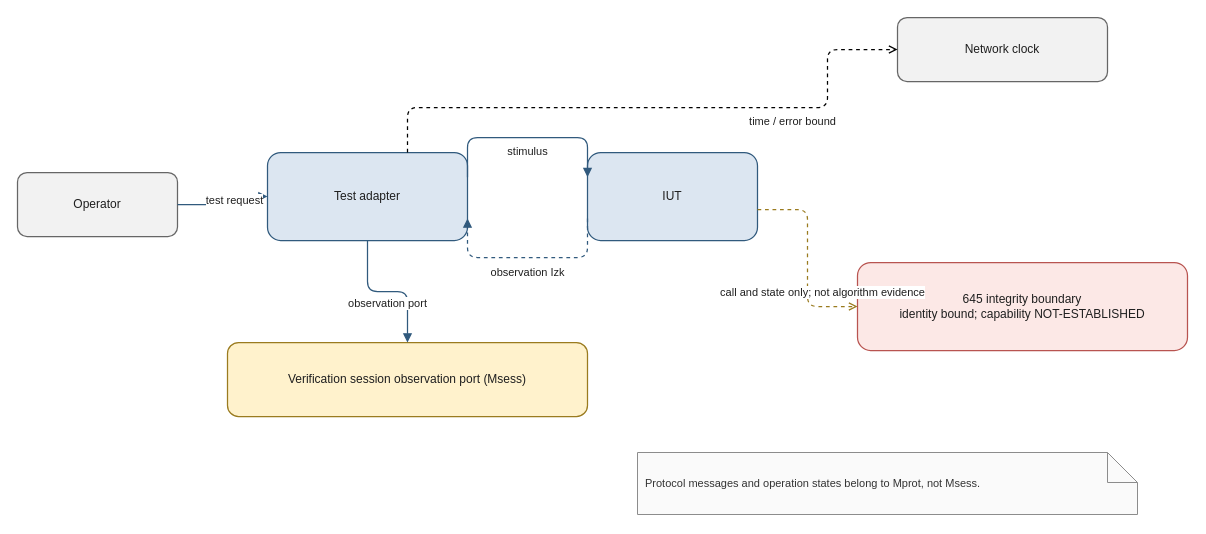
This is docs/research/publication/models/drawio/FIG-CL-TAV-01-context.drawio from ZhangChi0727/arinc-615a-conformance, a draw.io file, before an edit. Source tidied: cells renumbered, new cells numbered last; positions are measured from the earlier drawing's top-left corner, leaving out a move shared by most shapes. Both pictures are drawn from the tidied source at 100%, with x=0, y=0 at pixel (17, 17).
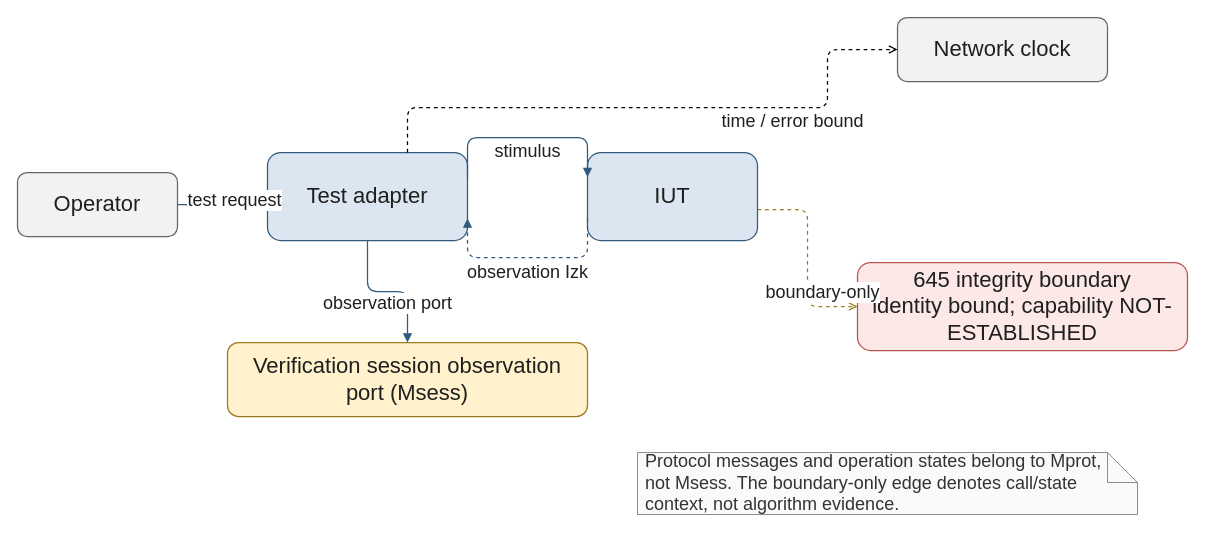
The same page after the edit.

What changed in the source:
```diff
@@
-    <mxCell id="2" value="Operator" style="rounded=1;whiteSpace=wrap;html=1;fillColor=#F2F2F2;strokeColor=#666666;strokeWidth=1.25;fontFamily=Helvetica;fontSize=12;fontColor=#1F1F1F;align=center;verticalAlign=middle;spacing=6;shadow=0;glass=0;gradientColor=none;" parent="1" vertex="1">
+    <mxCell id="2" value="Operator" style="rounded=1;whiteSpace=wrap;html=1;fillColor=#F2F2F2;strokeColor=#666666;strokeWidth=1.25;fontFamily=Helvetica;fontSize=22;fontColor=#1F1F1F;align=center;verticalAlign=middle;spacing=6;shadow=0;glass=0;gradientColor=none;" parent="1" vertex="1">
       <mxGeometry y="155" width="160" height="64" as="geometry" />
     </mxCell>
-    <mxCell id="3" value="Test adapter" style="rounded=1;whiteSpace=wrap;html=1;fillColor=#DCE6F1;strokeColor=#315A7D;strokeWidth=1.25;fontFamily=Helvetica;fontSize=12;fontColor=#1F1F1F;align=center;verticalAlign=middle;spacing=6;shadow=0;glass=0;gradientColor=none;" parent="1" vertex="1">
+    <mxCell id="3" value="Test adapter" style="rounded=1;whiteSpace=wrap;html=1;fillColor=#DCE6F1;strokeColor=#315A7D;strokeWidth=1.25;fontFamily=Helvetica;fontSize=22;fontColor=#1F1F1F;align=center;verticalAlign=middle;spacing=6;shadow=0;glass=0;gradientColor=none;" parent="1" vertex="1">
       <mxGeometry x="250" y="135" width="200" height="88" as="geometry" />
     </mxCell>
-    <mxCell id="4" value="IUT" style="rounded=1;whiteSpace=wrap;html=1;fillColor=#DCE6F1;strokeColor=#315A7D;strokeWidth=1.25;fontFamily=Helvetica;fontSize=12;fontColor=#1F1F1F;align=center;verticalAlign=middle;spacing=6;shadow=0;glass=0;gradientColor=none;" parent="1" vertex="1">
+    <mxCell id="4" value="IUT" style="rounded=1;whiteSpace=wrap;html=1;fillColor=#DCE6F1;strokeColor=#315A7D;strokeWidth=1.25;fontFamily=Helvetica;fontSize=22;fontColor=#1F1F1F;align=center;verticalAlign=middle;spacing=6;shadow=0;glass=0;gradientColor=none;" parent="1" vertex="1">
       <mxGeometry x="570" y="135" width="170" height="88" as="geometry" />
     </mxCell>
-    <mxCell id="5" value="Network clock" style="rounded=1;whiteSpace=wrap;html=1;fillColor=#F2F2F2;strokeColor=#666666;strokeWidth=1.25;fontFamily=Helvetica;fontSize=12;fontColor=#1F1F1F;align=center;verticalAlign=middle;spacing=6;shadow=0;glass=0;gradientColor=none;" parent="1" vertex="1">
+    <mxCell id="5" value="Network clock" style="rounded=1;whiteSpace=wrap;html=1;fillColor=#F2F2F2;strokeColor=#666666;strokeWidth=1.25;fontFamily=Helvetica;fontSize=22;fontColor=#1F1F1F;align=center;verticalAlign=middle;spacing=6;shadow=0;glass=0;gradientColor=none;" parent="1" vertex="1">
       <mxGeometry x="880" width="210" height="64" as="geometry" />
     </mxCell>
-    <mxCell id="6" value="645 integrity boundary&lt;br&gt;identity bound; capability NOT-ESTABLISHED" style="rounded=1;whiteSpace=wrap;html=1;fillColor=#FCE8E6;strokeColor=#B85450;strokeWidth=1.25;fontFamily=Helvetica;fontSize=12;fontColor=#1F1F1F;align=center;verticalAlign=middle;spacing=6;shadow=0;glass=0;gradientColor=none;" parent="1" vertex="1">
+    <mxCell id="6" value="645 integrity boundary&lt;br&gt;identity bound; capability NOT-ESTABLISHED" style="rounded=1;whiteSpace=wrap;html=1;fillColor=#FCE8E6;strokeColor=#B85450;strokeWidth=1.25;fontFamily=Helvetica;fontSize=22;fontColor=#1F1F1F;align=center;verticalAlign=middle;spacing=6;shadow=0;glass=0;gradientColor=none;" parent="1" vertex="1">
       <mxGeometry x="840" y="245" width="330" height="88" as="geometry" />
     </mxCell>
-    <mxCell id="7" value="Verification session observation port (Msess)" style="rounded=1;whiteSpace=wrap;html=1;fillColor=#FFF2CC;strokeColor=#9A7B1F;strokeWidth=1.25;fontFamily=Helvetica;fontSize=12;fontColor=#1F1F1F;align=center;verticalAlign=middle;spacing=6;shadow=0;glass=0;gradientColor=none;" parent="1" vertex="1">
+    <mxCell id="7" value="Verification session observation port (Msess)" style="rounded=1;whiteSpace=wrap;html=1;fillColor=#FFF2CC;strokeColor=#9A7B1F;strokeWidth=1.25;fontFamily=Helvetica;fontSize=22;fontColor=#1F1F1F;align=center;verticalAlign=middle;spacing=6;shadow=0;glass=0;gradientColor=none;" parent="1" vertex="1">
       <mxGeometry x="210" y="325" width="360" height="74" as="geometry" />
     </mxCell>
-    <mxCell id="8" value="Protocol messages and operation states belong to Mprot, not Msess." style="shape=note;whiteSpace=wrap;html=1;fillColor=#FAFAFA;strokeColor=#8C8C8C;strokeWidth=1;fontFamily=Helvetica;fontSize=11;fontColor=#333333;align=left;verticalAlign=middle;spacing=8;shadow=0;glass=0;gradientColor=none;" parent="1" vertex="1">
+    <mxCell id="8" value="Protocol messages and operation states belong to Mprot, not Msess. The boundary-only edge denotes call/state context, not algorithm evidence." style="shape=note;whiteSpace=wrap;html=1;fillColor=#FAFAFA;strokeColor=#8C8C8C;strokeWidth=1;fontFamily=Helvetica;fontSize=18;fontColor=#333333;align=left;verticalAlign=middle;spacing=8;shadow=0;glass=0;gradientColor=none;" parent="1" vertex="1">
       <mxGeometry x="620" y="435" width="500" height="62" as="geometry" />
     </mxCell>
-    <mxCell id="9" value="test request" style="edgeStyle=orthogonalEdgeStyle;rounded=1;jettySize=auto;html=1;strokeWidth=1.25;fontFamily=Helvetica;fontSize=11;fontColor=#1F1F1F;labelBackgroundColor=#FFFFFF;endArrow=block;strokeColor=#315A7D;exitX=1;exitY=0.5;entryX=0;entryY=0.5;exitDx=0;exitDy=0;exitPerimeter=1;entryDx=0;entryDy=0;entryPerimeter=1;" parent="1" edge="1" source="2" target="3">
+    <mxCell id="9" value="test request" style="edgeStyle=orthogonalEdgeStyle;rounded=1;jettySize=auto;html=1;strokeWidth=1.25;fontFamily=Helvetica;fontSize=18;fontColor=#1F1F1F;labelBackgroundColor=#FFFFFF;endArrow=block;strokeColor=#315A7D;exitX=1;exitY=0.5;entryX=0;entryY=0.5;exitDx=0;exitDy=0;exitPerimeter=1;entryDx=0;entryDy=0;entryPerimeter=1;" parent="1" edge="1" source="2" target="3">
       <mxGeometry y="-12" relative="1" as="geometry" />
     </mxCell>
-    <mxCell id="10" value="stimulus" style="edgeStyle=orthogonalEdgeStyle;rounded=1;jettySize=auto;html=1;strokeWidth=1.25;fontFamily=Helvetica;fontSize=11;fontColor=#1F1F1F;labelBackgroundColor=#FFFFFF;endArrow=block;strokeColor=#315A7D;exitX=1;exitY=0.28;entryX=0;entryY=0.28;exitDx=0;exitDy=0;exitPerimeter=1;entryDx=0;entryDy=0;entryPerimeter=1;" parent="1" edge="1" source="3" target="4">
+    <mxCell id="10" value="stimulus" style="edgeStyle=orthogonalEdgeStyle;rounded=1;jettySize=auto;html=1;strokeWidth=1.25;fontFamily=Helvetica;fontSize=18;fontColor=#1F1F1F;labelBackgroundColor=#FFFFFF;endArrow=block;strokeColor=#315A7D;exitX=1;exitY=0.28;entryX=0;entryY=0.28;exitDx=0;exitDy=0;exitPerimeter=1;entryDx=0;entryDy=0;entryPerimeter=1;" parent="1" edge="1" source="3" target="4">
       <mxGeometry y="-14" relative="1" as="geometry">
         <Array as="points">
           <mxPoint x="495" y="120" />
           <mxPoint x="525" y="120" />
         </Array>
       </mxGeometry>
     </mxCell>
-    <mxCell id="11" value="observation Izk" style="edgeStyle=orthogonalEdgeStyle;rounded=1;jettySize=auto;html=1;strokeWidth=1.25;fontFamily=Helvetica;fontSize=11;fontColor=#1F1F1F;labelBackgroundColor=#FFFFFF;dashed=1;endArrow=block;strokeColor=#315A7D;exitX=0;exitY=0.75;entryX=1;entryY=0.75;exitDx=0;exitDy=0;exitPerimeter=1;entryDx=0;entryDy=0;entryPerimeter=1;" parent="1" edge="1" source="4" target="3">
+    <mxCell id="11" value="observation Izk" style="edgeStyle=orthogonalEdgeStyle;rounded=1;jettySize=auto;html=1;strokeWidth=1.25;fontFamily=Helvetica;fontSize=18;fontColor=#1F1F1F;labelBackgroundColor=#FFFFFF;dashed=1;endArrow=block;strokeColor=#315A7D;exitX=0;exitY=0.75;entryX=1;entryY=0.75;exitDx=0;exitDy=0;exitPerimeter=1;entryDx=0;entryDy=0;entryPerimeter=1;" parent="1" edge="1" source="4" target="3">
       <mxGeometry y="15" relative="1" as="geometry">
         <Array as="points">
           <mxPoint x="525" y="240" />
           <mxPoint x="495" y="240" />
         </Array>
       </mxGeometry>
     </mxCell>
-    <mxCell id="12" value="time / error bound" style="edgeStyle=orthogonalEdgeStyle;rounded=1;jettySize=auto;html=1;strokeWidth=1.25;fontFamily=Helvetica;fontSize=11;fontColor=#1F1F1F;labelBackgroundColor=#FFFFFF;dashed=1;endArrow=open;exitX=0.7;exitY=0;entryX=0;entryY=0.5;exitDx=0;exitDy=0;exitPerimeter=1;entryDx=0;entryDy=0;entryPerimeter=1;" parent="1" edge="1" source="3" target="5">
+    <mxCell id="12" value="time / error bound" style="edgeStyle=orthogonalEdgeStyle;rounded=1;jettySize=auto;html=1;strokeWidth=1.25;fontFamily=Helvetica;fontSize=18;fontColor=#1F1F1F;labelBackgroundColor=#FFFFFF;dashed=1;endArrow=open;exitX=0.7;exitY=0;entryX=0;entryY=0.5;exitDx=0;exitDy=0;exitPerimeter=1;entryDx=0;entryDy=0;entryPerimeter=1;" parent="1" edge="1" source="3" target="5">
       <mxGeometry x="0.45" y="-14" relative="1" as="geometry">
         <Array as="points">
           <mxPoint x="390" y="90" />
           <mxPoint x="810" y="90" />
           <mxPoint x="810" y="32" />
         </Array>
       </mxGeometry>
     </mxCell>
-    <mxCell id="13" value="call and state only; not algorithm evidence" style="edgeStyle=orthogonalEdgeStyle;rounded=1;jettySize=auto;html=1;strokeWidth=1.25;fontFamily=Helvetica;fontSize=11;fontColor=#1F1F1F;labelBackgroundColor=#FFFFFF;dashed=1;endArrow=open;strokeColor=#9A7B1F;exitX=1;exitY=0.65;entryX=0;entryY=0.5;exitDx=0;exitDy=0;exitPerimeter=1;entryDx=0;entryDy=0;entryPerimeter=1;" parent="1" edge="1" source="4" target="6">
+    <mxCell id="13" value="boundary-only" style="edgeStyle=orthogonalEdgeStyle;rounded=1;jettySize=auto;html=1;strokeWidth=1.25;fontFamily=Helvetica;fontSize=18;fontColor=#1F1F1F;labelBackgroundColor=#FFFFFF;dashed=1;endArrow=open;strokeColor=#9A7B1F;exitX=1;exitY=0.65;entryX=0;entryY=0.5;exitDx=0;exitDy=0;exitPerimeter=1;entryDx=0;entryDy=0;entryPerimeter=1;" parent="1" edge="1" source="4" target="6">
       <mxGeometry x="0.35" y="15" relative="1" as="geometry">
         <Array as="points">
           <mxPoint x="790" y="192" />
           <mxPoint x="790" y="289" />
         </Array>
       </mxGeometry>
     </mxCell>
-    <mxCell id="14" value="observation port" style="edgeStyle=orthogonalEdgeStyle;rounded=1;jettySize=auto;html=1;strokeWidth=1.25;fontFamily=Helvetica;fontSize=11;fontColor=#1F1F1F;labelBackgroundColor=#FFFFFF;endArrow=block;strokeColor=#315A7D;exitX=0.5;exitY=1;entryX=0.5;entryY=0;exitDx=0;exitDy=0;exitPerimeter=1;entryDx=0;entryDy=0;entryPerimeter=1;" parent="1" edge="1" source="3" target="7">
+    <mxCell id="14" value="observation port" style="edgeStyle=orthogonalEdgeStyle;rounded=1;jettySize=auto;html=1;strokeWidth=1.25;fontFamily=Helvetica;fontSize=18;fontColor=#1F1F1F;labelBackgroundColor=#FFFFFF;endArrow=block;strokeColor=#315A7D;exitX=0.5;exitY=1;entryX=0.5;entryY=0;exitDx=0;exitDy=0;exitPerimeter=1;entryDx=0;entryDy=0;entryPerimeter=1;" parent="1" edge="1" source="3" target="7">
       <mxGeometry y="-12" relative="1" as="geometry" />
     </mxCell>
```
